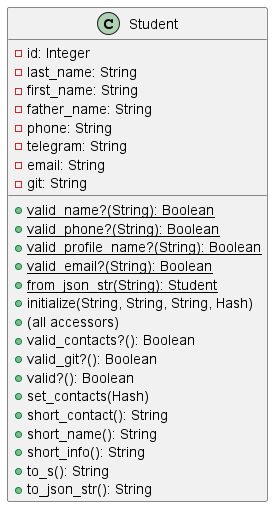
Above: lab_2/diagram.png in KoriganGH/Patterns (PlantUML), before the change. Its diagram source:
```plantuml
@startuml

class Student {
    -id: Integer
    -last_name: String
    -first_name: String
    -father_name: String
    -phone: String
    -telegram: String
    -email: String
    -git: String
    +{static}valid_name?(String): Boolean
    +{static}valid_phone?(String): Boolean
    +{static}valid_profile_name?(String): Boolean
    +{static}valid_email?(String): Boolean
    +{static}from_json_str(String): Student
    +initialize(String, String, String, Hash)
    +(all accessors)
    +valid_contacts?(): Boolean
    +valid_git?(): Boolean
    +valid?(): Boolean
    +set_contacts(Hash)
    +short_contact(): String
    +short_name(): String
    +short_info(): String
    +to_s(): String
    +to_json_str(): String
}

@enduml
```
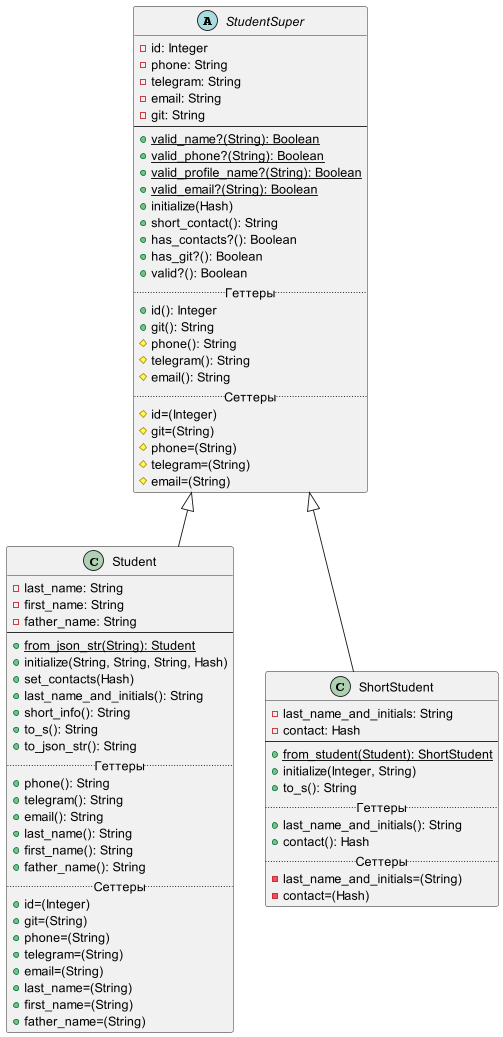
The same file after the commit.

The edit, as a diff of the source:
```diff
@@ -1,30 +1,78 @@
 @startuml
 
-class Student {
+abstract class StudentSuper {
     -id: Integer
-    -last_name: String
-    -first_name: String
-    -father_name: String
     -phone: String
     -telegram: String
     -email: String
     -git: String
+    --
     +{static}valid_name?(String): Boolean
     +{static}valid_phone?(String): Boolean
     +{static}valid_profile_name?(String): Boolean
     +{static}valid_email?(String): Boolean
+    +initialize(Hash)
+    +short_contact(): String
+    +has_contacts?(): Boolean
+    +has_git?(): Boolean
+    +valid?(): Boolean
+    .. Геттеры ..
+    +id(): Integer
+    +git(): String
+    #phone(): String
+    #telegram(): String
+    #email(): String
+    .. Сеттеры ..
+    #id=(Integer)
+    #git=(String)
+    #phone=(String)
+    #telegram=(String)
+    #email=(String)
+}
+
+class Student extends StudentSuper {
+    -last_name: String
+    -first_name: String
+    -father_name: String
+    --
     +{static}from_json_str(String): Student
     +initialize(String, String, String, Hash)
-    +(all accessors)
-    +valid_contacts?(): Boolean
-    +valid_git?(): Boolean
-    +valid?(): Boolean
     +set_contacts(Hash)
-    +short_contact(): String
-    +short_name(): String
+    +last_name_and_initials(): String
     +short_info(): String
     +to_s(): String
     +to_json_str(): String
+    .. Геттеры ..
+    +phone(): String
+    +telegram(): String
+    +email(): String
+    +last_name(): String
+    +first_name(): String
+    +father_name(): String
+    .. Сеттеры ..
+    +id=(Integer)
+    +git=(String)
+    +phone=(String)
+    +telegram=(String)
+    +email=(String)
+    +last_name=(String)
+    +first_name=(String)
+    +father_name=(String)
+}
+
+class ShortStudent extends StudentSuper {
+    -last_name_and_initials: String
+    -contact: Hash
+    --
+    +{static}from_student(Student): ShortStudent
+    +initialize(Integer, String)
+    +to_s(): String
+    .. Геттеры ..
+    +last_name_and_initials(): String
+    +contact(): Hash
+    .. Сеттеры ..
+    -last_name_and_initials=(String)
+    -contact=(Hash)
 }
 
 @enduml
```
